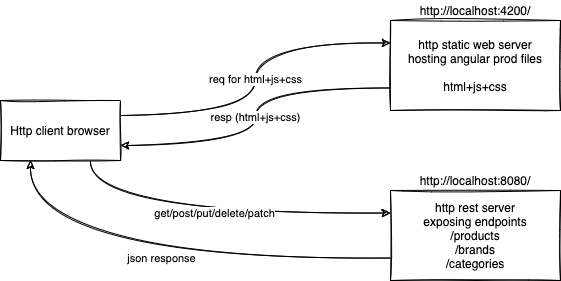
This is concept-images/05.dio.png from kayartaya-vinod/EPSILON_ANGULAR_OCT_2021, a draw.io export, as it was before one commit. Source tidied: cells renumbered, new cells last; positions are measured from the earlier drawing's top-left corner, leaving out a move shared by most shapes.
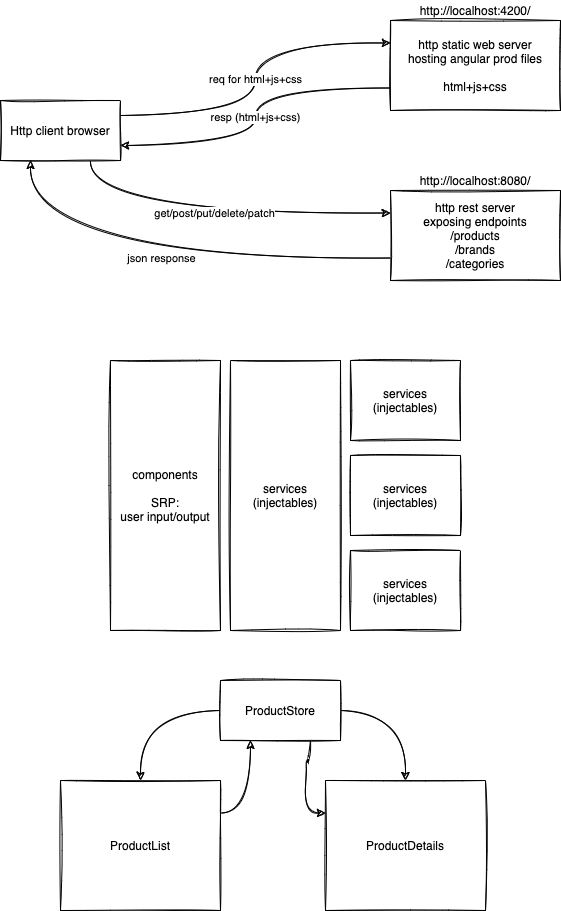
The same diagram one commit later.

The edit, as a diff of the source:
```diff
@@ -2,13 +2,13 @@
   <root>
     <mxCell id="0" />
     <mxCell id="1" parent="0" />
-    <mxCell id="2" value="resp (html+js+css)" style="edgeStyle=orthogonalEdgeStyle;curved=1;rounded=0;sketch=1;jettySize=auto;html=1;exitX=0;exitY=0.75;exitDx=0;exitDy=0;entryX=1;entryY=0.75;entryDx=0;entryDy=0;" parent="1" edge="1" source="3" target="10">
+    <mxCell id="2" value="resp (html+js+css)" style="edgeStyle=orthogonalEdgeStyle;rounded=0;jettySize=auto;html=1;exitX=0;exitY=0.75;exitDx=0;exitDy=0;entryX=1;entryY=0.75;entryDx=0;entryDy=0;sketch=1;curved=1;" parent="1" edge="1" source="3" target="10">
       <mxGeometry relative="1" as="geometry" />
     </mxCell>
     <mxCell id="3" value="http static web server&lt;br&gt;hosting angular prod files&lt;br&gt;&lt;br&gt;html+js+css" style="rounded=0;whiteSpace=wrap;html=1;sketch=1;" parent="1" vertex="1">
       <mxGeometry x="390" y="20" width="170" height="90" as="geometry" />
     </mxCell>
-    <mxCell id="4" value="json response" style="edgeStyle=orthogonalEdgeStyle;curved=1;rounded=0;sketch=1;jettySize=auto;html=1;exitX=0;exitY=0.75;exitDx=0;exitDy=0;entryX=0.25;entryY=1;entryDx=0;entryDy=0;" parent="1" edge="1" source="5" target="10">
+    <mxCell id="4" value="json response" style="edgeStyle=orthogonalEdgeStyle;rounded=0;jettySize=auto;html=1;exitX=0;exitY=0.75;exitDx=0;exitDy=0;entryX=0.25;entryY=1;entryDx=0;entryDy=0;sketch=1;curved=1;" parent="1" edge="1" source="5" target="10">
       <mxGeometry relative="1" as="geometry" />
     </mxCell>
     <mxCell id="5" value="http rest server&lt;br&gt;exposing endpoints&lt;br&gt;/products&lt;br&gt;/brands&lt;br&gt;/categories" style="rounded=0;whiteSpace=wrap;html=1;sketch=1;" parent="1" vertex="1">
@@ -20,14 +20,50 @@
     <mxCell id="7" value="http://localhost:8080/" style="text;html=1;strokeColor=none;fillColor=none;align=center;verticalAlign=middle;whiteSpace=wrap;rounded=0;sketch=1;" parent="1" vertex="1">
       <mxGeometry x="390" y="170" width="170" height="20" as="geometry" />
     </mxCell>
-    <mxCell id="8" value="req for html+js+css" style="edgeStyle=orthogonalEdgeStyle;curved=1;rounded=0;sketch=1;jettySize=auto;html=1;exitX=1;exitY=0.25;exitDx=0;exitDy=0;entryX=0;entryY=0.25;entryDx=0;entryDy=0;" parent="1" edge="1" source="10" target="3">
+    <mxCell id="8" value="req for html+js+css" style="edgeStyle=orthogonalEdgeStyle;rounded=0;jettySize=auto;html=1;exitX=1;exitY=0.25;exitDx=0;exitDy=0;entryX=0;entryY=0.25;entryDx=0;entryDy=0;sketch=1;curved=1;" parent="1" edge="1" source="10" target="3">
       <mxGeometry relative="1" as="geometry" />
     </mxCell>
-    <mxCell id="9" value="get/post/put/delete/patch" style="edgeStyle=orthogonalEdgeStyle;curved=1;rounded=0;sketch=1;jettySize=auto;html=1;exitX=0.75;exitY=1;exitDx=0;exitDy=0;entryX=0;entryY=0.25;entryDx=0;entryDy=0;" parent="1" edge="1" source="10" target="5">
+    <mxCell id="9" value="get/post/put/delete/patch" style="edgeStyle=orthogonalEdgeStyle;rounded=0;jettySize=auto;html=1;exitX=0.75;exitY=1;exitDx=0;exitDy=0;entryX=0;entryY=0.25;entryDx=0;entryDy=0;sketch=1;curved=1;" parent="1" edge="1" source="10" target="5">
       <mxGeometry relative="1" as="geometry" />
     </mxCell>
     <mxCell id="10" value="Http client browser" style="rounded=0;whiteSpace=wrap;html=1;sketch=1;" parent="1" vertex="1">
       <mxGeometry y="100" width="120" height="60" as="geometry" />
     </mxCell>
+    <mxCell id="11" value="components&lt;br&gt;&lt;br&gt;SRP:&lt;br&gt;user input/output" style="rounded=0;whiteSpace=wrap;html=1;sketch=1;" parent="1" vertex="1">
+      <mxGeometry x="110" y="360" width="110" height="270" as="geometry" />
+    </mxCell>
+    <mxCell id="12" value="services&lt;br&gt;(injectables)" style="rounded=0;whiteSpace=wrap;html=1;sketch=1;" parent="1" vertex="1">
+      <mxGeometry x="230" y="360" width="110" height="270" as="geometry" />
+    </mxCell>
+    <mxCell id="13" value="services&lt;br&gt;(injectables)" style="rounded=0;whiteSpace=wrap;html=1;sketch=1;" parent="1" vertex="1">
+      <mxGeometry x="350" y="360" width="110" height="80" as="geometry" />
+    </mxCell>
+    <mxCell id="14" value="services&lt;br&gt;(injectables)" style="rounded=0;whiteSpace=wrap;html=1;sketch=1;" parent="1" vertex="1">
+      <mxGeometry x="350" y="455" width="110" height="80" as="geometry" />
+    </mxCell>
+    <mxCell id="15" value="services&lt;br&gt;(injectables)" style="rounded=0;whiteSpace=wrap;html=1;sketch=1;" parent="1" vertex="1">
+      <mxGeometry x="350" y="550" width="110" height="80" as="geometry" />
+    </mxCell>
+    <mxCell id="16" style="edgeStyle=orthogonalEdgeStyle;curved=1;rounded=0;sketch=1;jettySize=auto;html=1;exitX=1;exitY=0.25;exitDx=0;exitDy=0;entryX=0.25;entryY=1;entryDx=0;entryDy=0;" parent="1" edge="1" source="17" target="22">
+      <mxGeometry relative="1" as="geometry" />
+    </mxCell>
+    <mxCell id="17" value="ProductList" style="rounded=0;whiteSpace=wrap;html=1;sketch=1;" parent="1" vertex="1">
+      <mxGeometry x="60" y="780" width="160" height="130" as="geometry" />
+    </mxCell>
+    <mxCell id="18" value="ProductDetails" style="rounded=0;whiteSpace=wrap;html=1;sketch=1;" parent="1" vertex="1">
+      <mxGeometry x="325" y="780" width="160" height="130" as="geometry" />
+    </mxCell>
+    <mxCell id="19" style="edgeStyle=orthogonalEdgeStyle;curved=1;rounded=0;sketch=1;jettySize=auto;html=1;exitX=0;exitY=0.5;exitDx=0;exitDy=0;" parent="1" edge="1" source="22" target="17">
+      <mxGeometry relative="1" as="geometry" />
+    </mxCell>
+    <mxCell id="20" style="edgeStyle=orthogonalEdgeStyle;curved=1;rounded=0;sketch=1;jettySize=auto;html=1;exitX=1;exitY=0.5;exitDx=0;exitDy=0;entryX=0.5;entryY=0;entryDx=0;entryDy=0;" parent="1" edge="1" source="22" target="18">
+      <mxGeometry relative="1" as="geometry" />
+    </mxCell>
+    <mxCell id="21" style="edgeStyle=orthogonalEdgeStyle;curved=1;rounded=0;sketch=1;jettySize=auto;html=1;exitX=0.75;exitY=1;exitDx=0;exitDy=0;entryX=0;entryY=0.25;entryDx=0;entryDy=0;" parent="1" edge="1" source="22" target="18">
+      <mxGeometry relative="1" as="geometry" />
+    </mxCell>
+    <mxCell id="22" value="ProductStore" style="rounded=0;whiteSpace=wrap;html=1;sketch=1;" parent="1" vertex="1">
+      <mxGeometry x="220" y="680" width="120" height="60" as="geometry" />
+    </mxCell>
   </root>
 </mxGraphModel>
```
